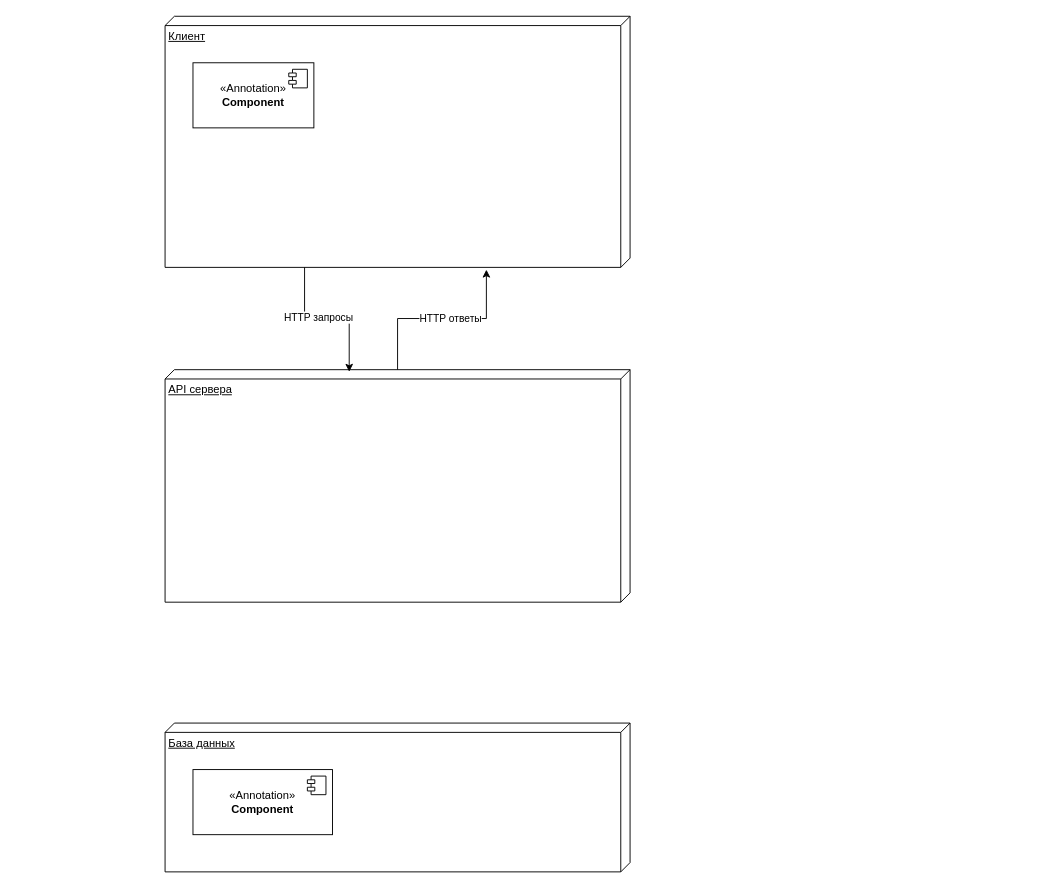
Before: page "Диаграмма развертывания" (1 of 2) of lab5.drawio in duahifnv/SystemsArchitecture, a draw.io diagram. Source tidied: cells renumbered, new cells numbered last; positions are measured from the earlier drawing's top-left corner, leaving out a move shared by most shapes. Both pictures are drawn from the tidied source at 93%, with x=0, y=0 at pixel (165, 16).
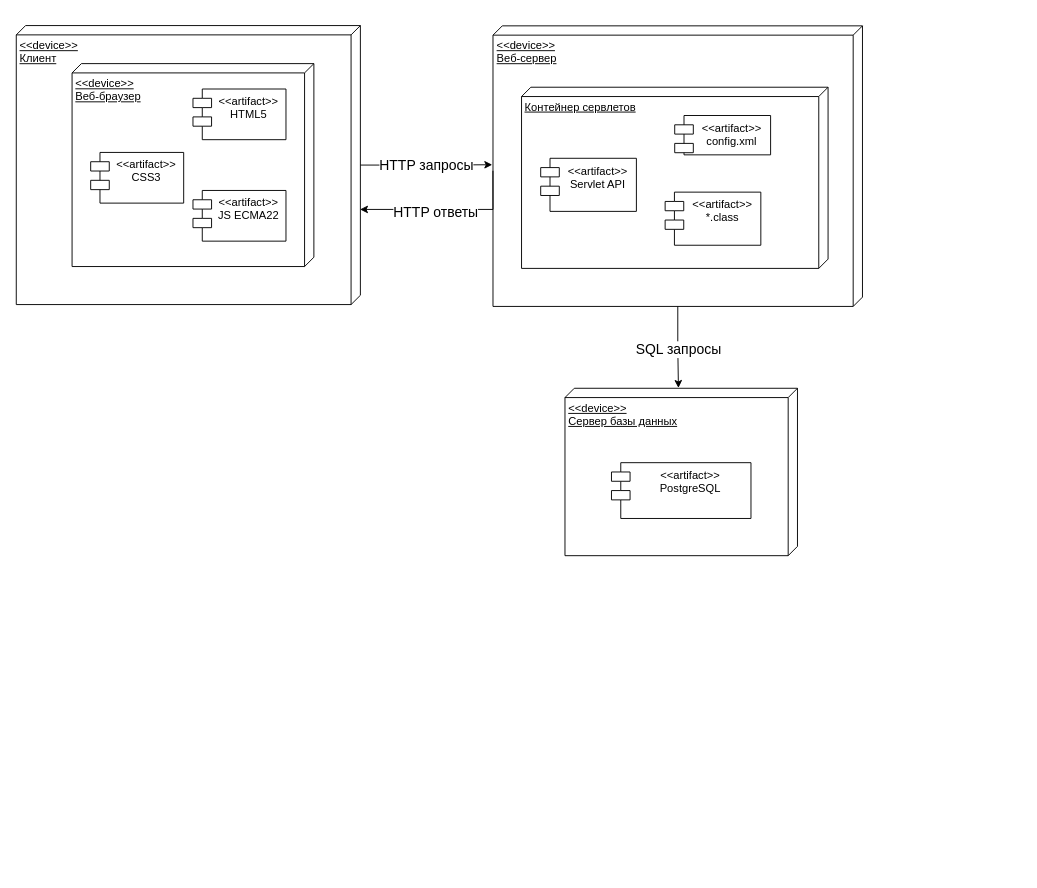
After the change.

Change to the diagram source:
```diff
@@
+    <mxCell id="13" style="group;" parent="1" vertex="1">
+      <mxGeometry x="-130" y="10" width="370" height="300" as="geometry" />
+    </mxCell>
+    <mxCell id="14" style="group;" parent="13" vertex="1">
+      <mxGeometry x="-30" width="370" height="300" as="geometry" />
+    </mxCell>
-    <mxCell id="2" value="Клиент" style="verticalAlign=top;align=left;spacingTop=8;spacingLeft=2;spacingRight=12;shape=cube;size=10;direction=south;fontStyle=4;html=1;whiteSpace=wrap;" parent="1" vertex="1">
-      <mxGeometry width="500" height="270" as="geometry" />
+    <mxCell id="2" value="&lt;div&gt;&amp;lt;&amp;lt;device&amp;gt;&amp;gt;&lt;/div&gt;Клиент" style="verticalAlign=top;align=left;spacingTop=8;spacingLeft=2;spacingRight=12;shape=cube;size=10;direction=south;fontStyle=4;html=1;whiteSpace=wrap;" parent="14" vertex="1">
+      <mxGeometry width="370" height="300" as="geometry" />
     </mxCell>
+    <mxCell id="15" style="group;" parent="14" vertex="1">
+      <mxGeometry x="60" y="40.9" width="260" height="218.2" as="geometry" />
+    </mxCell>
+    <mxCell id="16" value="&amp;lt;&amp;lt;device&amp;gt;&amp;gt;&lt;div&gt;Веб-браузер&lt;/div&gt;" style="verticalAlign=top;align=left;spacingTop=8;spacingLeft=2;spacingRight=12;shape=cube;size=10;direction=south;fontStyle=4;html=1;whiteSpace=wrap;" parent="15" vertex="1">
+      <mxGeometry width="260" height="218.2" as="geometry" />
+    </mxCell>
+    <mxCell id="17" value="&amp;lt;&amp;lt;artifact&amp;gt;&amp;gt;&lt;div&gt;JS ECMA22&lt;/div&gt;" style="shape=module;align=left;spacingLeft=20;align=center;verticalAlign=top;whiteSpace=wrap;html=1;" parent="15" vertex="1">
+      <mxGeometry x="130" y="136.4" width="100" height="54.5" as="geometry" />
+    </mxCell>
+    <mxCell id="18" value="&amp;lt;&amp;lt;artifact&amp;gt;&amp;gt;&lt;div&gt;HTML5&lt;/div&gt;" style="shape=module;align=left;spacingLeft=20;align=center;verticalAlign=top;whiteSpace=wrap;html=1;" parent="15" vertex="1">
+      <mxGeometry x="130" y="27.3" width="100" height="54.5" as="geometry" />
+    </mxCell>
+    <mxCell id="19" value="&amp;lt;&amp;lt;artifact&amp;gt;&amp;gt;&lt;div&gt;CSS3&lt;/div&gt;" style="shape=module;align=left;spacingLeft=20;align=center;verticalAlign=top;whiteSpace=wrap;html=1;" parent="15" vertex="1">
+      <mxGeometry x="20" y="95.5" width="100" height="54.5" as="geometry" />
+    </mxCell>
+    <mxCell id="20" style="group;" parent="1" vertex="1">
+      <mxGeometry x="260" width="490" height="360" as="geometry" />
+    </mxCell>
+    <mxCell id="21" style="group;" parent="20" vertex="1">
+      <mxGeometry x="-8.9" width="498.9" height="360" as="geometry" />
+    </mxCell>
+    <mxCell id="22" style="group;" parent="21" vertex="1">
+      <mxGeometry x="-9" y="17.1" width="507.9" height="342.9" as="geometry" />
+    </mxCell>
+    <mxCell id="23" style="group;" parent="22" vertex="1">
+      <mxGeometry x="110.5" y="-6.8" width="397.3" height="301.7" as="geometry" />
+    </mxCell>
-    <mxCell id="3" value="API сервера" style="verticalAlign=top;align=left;spacingTop=8;spacingLeft=2;spacingRight=12;shape=cube;size=10;direction=south;fontStyle=4;html=1;whiteSpace=wrap;" parent="1" vertex="1">
-      <mxGeometry y="380" width="500" height="250" as="geometry" />
+    <mxCell id="3" value="&lt;div&gt;&amp;lt;&amp;lt;device&amp;gt;&amp;gt;&lt;/div&gt;&lt;div&gt;Веб-сервер&lt;/div&gt;" style="verticalAlign=top;align=left;spacingTop=8;spacingLeft=2;spacingRight=12;shape=cube;size=10;direction=south;fontStyle=4;html=1;whiteSpace=wrap;" parent="23" vertex="1">
+      <mxGeometry width="397.3" height="301.7" as="geometry" />
     </mxCell>
+    <mxCell id="24" style="group;" parent="23" vertex="1">
+      <mxGeometry x="30.7" y="66" width="329.6" height="194.8" as="geometry" />
+    </mxCell>
+    <mxCell id="25" value="&lt;div&gt;Контейнер сервлетов&lt;/div&gt;" style="verticalAlign=top;align=left;spacingTop=8;spacingLeft=2;spacingRight=12;shape=cube;size=10;direction=south;fontStyle=4;html=1;whiteSpace=wrap;" parent="24" vertex="1">
+      <mxGeometry width="329.6" height="194.8" as="geometry" />
+    </mxCell>
+    <mxCell id="26" value="&amp;lt;&amp;lt;artifact&amp;gt;&amp;gt;&lt;div&gt;Servlet API&lt;/div&gt;" style="shape=module;align=left;spacingLeft=20;align=center;verticalAlign=top;whiteSpace=wrap;html=1;" parent="24" vertex="1">
+      <mxGeometry x="20.6" y="76.4" width="102.9" height="57.1" as="geometry" />
+    </mxCell>
+    <mxCell id="27" value="&amp;lt;&amp;lt;artifact&amp;gt;&amp;gt;&lt;div&gt;config.xml&lt;/div&gt;" style="shape=module;align=left;spacingLeft=20;align=center;verticalAlign=top;whiteSpace=wrap;html=1;" parent="24" vertex="1">
+      <mxGeometry x="164.7" y="30.4" width="103.1" height="42.3" as="geometry" />
+    </mxCell>
+    <mxCell id="28" value="&amp;lt;&amp;lt;artifact&amp;gt;&amp;gt;&lt;div&gt;*.class&lt;/div&gt;" style="shape=module;align=left;spacingLeft=20;align=center;verticalAlign=top;whiteSpace=wrap;html=1;" parent="24" vertex="1">
+      <mxGeometry x="154.4" y="112.8" width="102.9" height="57.1" as="geometry" />
+    </mxCell>
+    <mxCell id="29" style="group;" parent="1" vertex="1">
+      <mxGeometry x="440" y="410" width="480" height="430" as="geometry" />
+    </mxCell>
+    <mxCell id="30" style="group;" parent="29" vertex="1">
+      <mxGeometry width="250" height="180" as="geometry" />
+    </mxCell>
+    <mxCell id="31" style="group;" parent="30" vertex="1">
+      <mxGeometry x="-10" y="-10" width="250" height="180" as="geometry" />
+    </mxCell>
-    <mxCell id="4" value="База данных" style="verticalAlign=top;align=left;spacingTop=8;spacingLeft=2;spacingRight=12;shape=cube;size=10;direction=south;fontStyle=4;html=1;whiteSpace=wrap;" parent="1" vertex="1">
-      <mxGeometry y="760" width="500" height="160" as="geometry" />
+    <mxCell id="4" value="&lt;div&gt;&amp;lt;&amp;lt;device&amp;gt;&amp;gt;&lt;/div&gt;Сервер базы данных" style="verticalAlign=top;align=left;spacingTop=8;spacingLeft=2;spacingRight=12;shape=cube;size=10;direction=south;fontStyle=4;html=1;whiteSpace=wrap;" parent="31" vertex="1">
+      <mxGeometry width="250" height="180" as="geometry" />
     </mxCell>
+    <mxCell id="32" value="&amp;lt;&amp;lt;artifact&amp;gt;&amp;gt;&lt;div&gt;PostgreSQL&lt;/div&gt;" style="shape=module;align=left;spacingLeft=20;align=center;verticalAlign=top;whiteSpace=wrap;html=1;" parent="31" vertex="1">
+      <mxGeometry x="50" y="80" width="150" height="60" as="geometry" />
+    </mxCell>
-    <mxCell id="5" style="edgeStyle=orthogonalEdgeStyle;rounded=0;jettySize=auto;html=1;entryX=0.009;entryY=0.604;entryDx=0;entryDy=0;entryPerimeter=0;" parent="1" edge="1" source="2" target="3">
-      <mxGeometry relative="1" as="geometry">
-        <Array as="points">
-          <mxPoint x="150" y="325" />
-        </Array>
-      </mxGeometry>
+    <mxCell id="5" style="edgeStyle=orthogonalEdgeStyle;rounded=0;jettySize=auto;html=1;entryX=0.495;entryY=1.002;entryDx=0;entryDy=0;entryPerimeter=0;" parent="1" edge="1" source="2" target="3">
+      <mxGeometry relative="1" as="geometry" />
     </mxCell>
-    <mxCell id="6" value="HTTP запросы" style="edgeLabel;html=1;align=center;verticalAlign=middle;" parent="5" vertex="1">
-      <mxGeometry x="-0.14" y="2" relative="1" as="geometry" />
+    <mxCell id="6" value="HTTP запросы" style="edgeLabel;html=1;align=center;verticalAlign=middle;fontSize=15;" parent="5" vertex="1">
+      <mxGeometry x="0.13" relative="1" as="geometry">
+        <mxPoint x="-9" as="offset" />
+      </mxGeometry>
     </mxCell>
-    <mxCell id="7" value="&amp;laquo;Annotation&amp;raquo;&lt;br/&gt;&lt;b&gt;Component&lt;/b&gt;" style="html=1;whiteSpace=wrap;" parent="1" vertex="1">
-      <mxGeometry x="30" y="50" width="130" height="70" as="geometry" />
-    </mxCell>
-    <mxCell id="8" style="shape=module;jettyWidth=8;jettyHeight=4;" parent="7" vertex="1">
-      <mxGeometry x="1" width="20" height="20" relative="1" as="geometry">
-        <mxPoint x="-27" y="7" as="offset" />
-      </mxGeometry>
-    </mxCell>
-    <mxCell id="9" style="edgeStyle=orthogonalEdgeStyle;rounded=0;jettySize=auto;html=1;entryX=1.009;entryY=0.309;entryDx=0;entryDy=0;entryPerimeter=0;" parent="1" edge="1" source="3" target="2">
-      <mxGeometry relative="1" as="geometry" />
+    <mxCell id="9" style="edgeStyle=orthogonalEdgeStyle;rounded=0;jettySize=auto;html=1;exitX=0;exitY=0;exitDx=155.8571428571428;exitDy=397.34504275479554;exitPerimeter=0;entryX=0.659;entryY=0.001;entryDx=0;entryDy=0;entryPerimeter=0;" parent="1" edge="1" source="3" target="2">
+      <mxGeometry relative="1" as="geometry">
+        <Array as="points">
+          <mxPoint x="353" y="208" />
+        </Array>
+      </mxGeometry>
     </mxCell>
-    <mxCell id="10" value="HTTP ответы" style="edgeLabel;html=1;align=center;verticalAlign=middle;" parent="9" vertex="1">
-      <mxGeometry x="0.09" y="1" relative="1" as="geometry" />
+    <mxCell id="10" value="HTTP ответы" style="edgeLabel;html=1;align=center;verticalAlign=middle;fontSize=15;" parent="9" vertex="1">
+      <mxGeometry y="5" relative="1" as="geometry">
+        <mxPoint x="-12" y="-3" as="offset" />
+      </mxGeometry>
     </mxCell>
-    <mxCell id="11" value="&amp;laquo;Annotation&amp;raquo;&lt;br/&gt;&lt;b&gt;Component&lt;/b&gt;" style="html=1;whiteSpace=wrap;" parent="1" vertex="1">
-      <mxGeometry x="30" y="810" width="150" height="70" as="geometry" />
-    </mxCell>
-    <mxCell id="12" style="shape=module;jettyWidth=8;jettyHeight=4;" parent="11" vertex="1">
-      <mxGeometry x="1" width="20" height="20" relative="1" as="geometry">
-        <mxPoint x="-27" y="7" as="offset" />
-      </mxGeometry>
-    </mxCell>
+    <mxCell id="33" style="edgeStyle=orthogonalEdgeStyle;rounded=0;jettySize=auto;html=1;entryX=-0.002;entryY=0.512;entryDx=0;entryDy=0;entryPerimeter=0;" parent="1" edge="1" source="3" target="4">
+      <mxGeometry relative="1" as="geometry" />
+    </mxCell>
+    <mxCell id="34" value="&lt;font style=&quot;font-size: 15px;&quot;&gt;SQL запросы&lt;/font&gt;" style="edgeLabel;html=1;align=center;verticalAlign=middle;" parent="33" vertex="1">
+      <mxGeometry x="-0.01" y="-1" relative="1" as="geometry" />
+    </mxCell>
```
